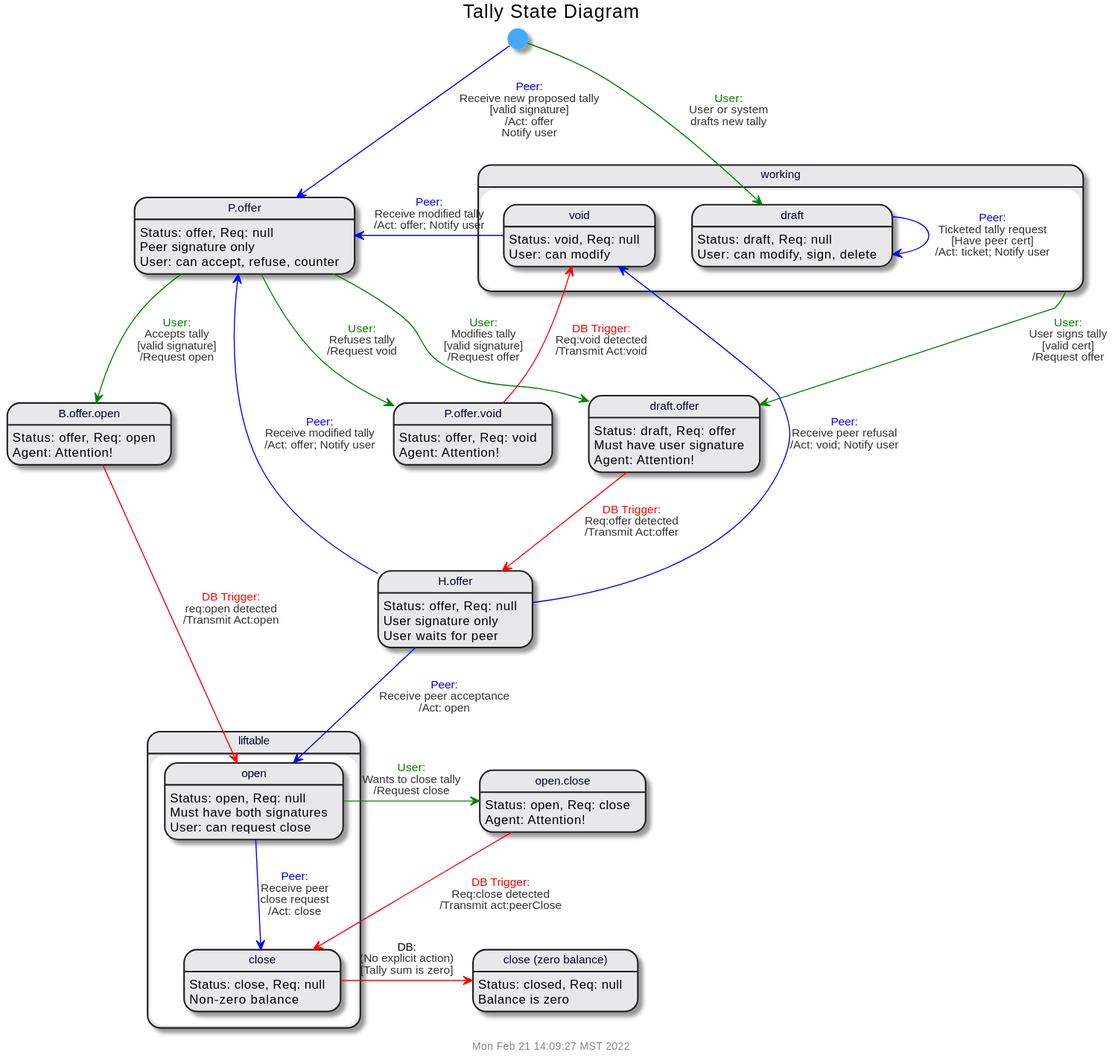
This is doc/uml/state-tally.svg from gotchoices/MyCHIPs, a PlantUML export, as it was before one commit.
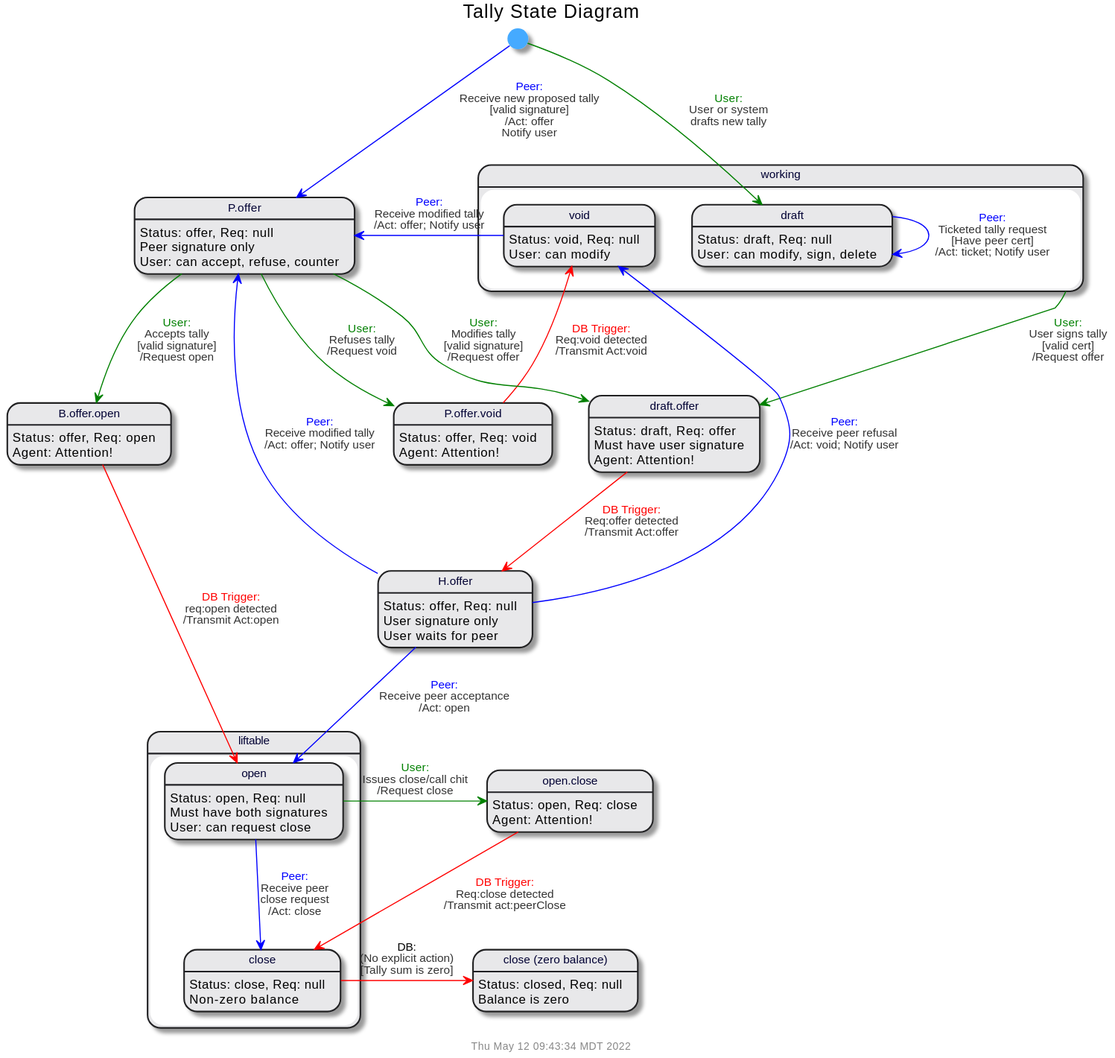
The same file after the commit.

What changed in the source:
```diff
@@ -75,7 +75,7 @@
 hOffer -[$peer]-> pOffer : $trans($peer,Receive modified tally, '', Act: offer; Notify user)
 void -[$peer]-> pOffer : $trans($peer,Receive modified tally,'', Act: offer; Notify user)
 
-open -right[$user]-> OpenClose : $trans($user, Wants to close tally, '', Request close)
+open -right[$user]-> OpenClose : $trans($user, Issues close/call chit, '', Request close)
 open -[$peer]-> close : $trans($peer,Receive peer\nclose request, '', Act: close)
 OpenClose -[$db]-> close : $trans($db,Req:close detected,'',Transmit act:peerClose)
 close -right[$db]-> closed : $trans(DB,'(No explicit action)',Tally sum is zero)
```
